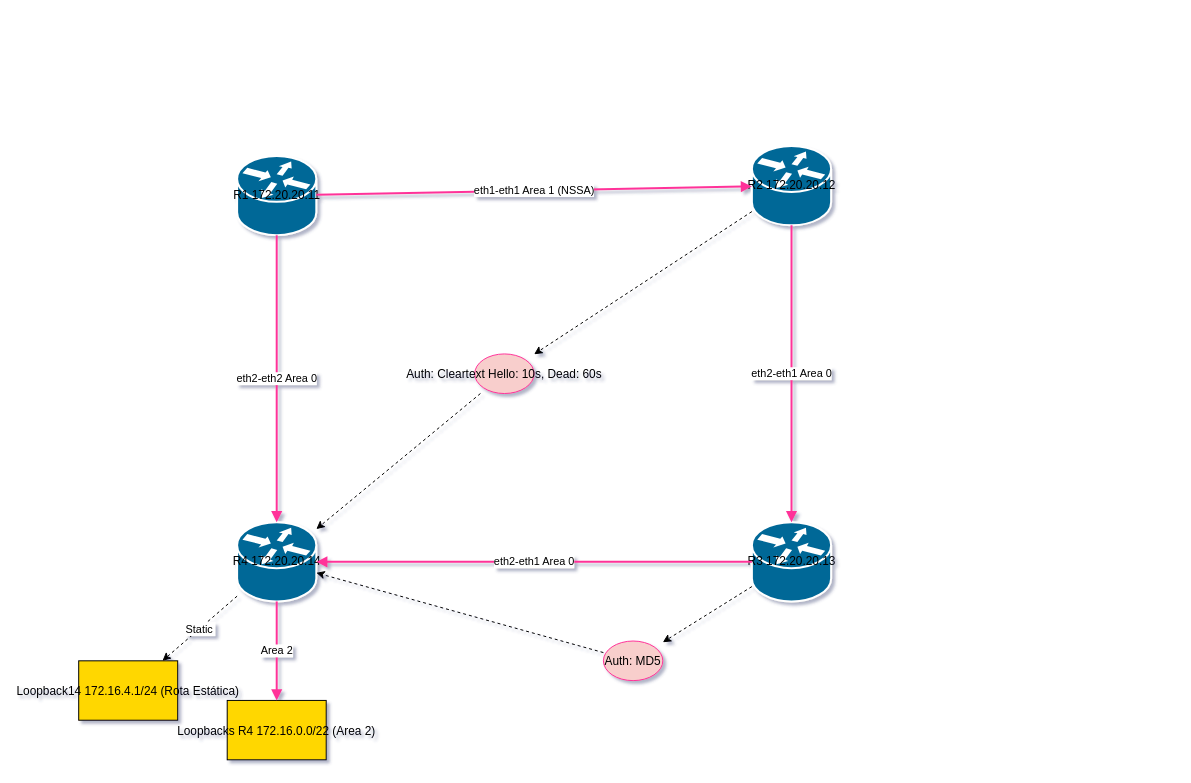
The draw.io diagram vault_ospf_intermediario/ospf_multiarea_lab.drawio in autonetops/autonetops_ospf_foundations, before the edit. Source tidied: cells renumbered, new cells numbered last; positions are measured from the earlier drawing's top-left corner, leaving out a move shared by most shapes. Both pictures are drawn from the tidied source at 99%, with x=0, y=0 at pixel (78, 146).
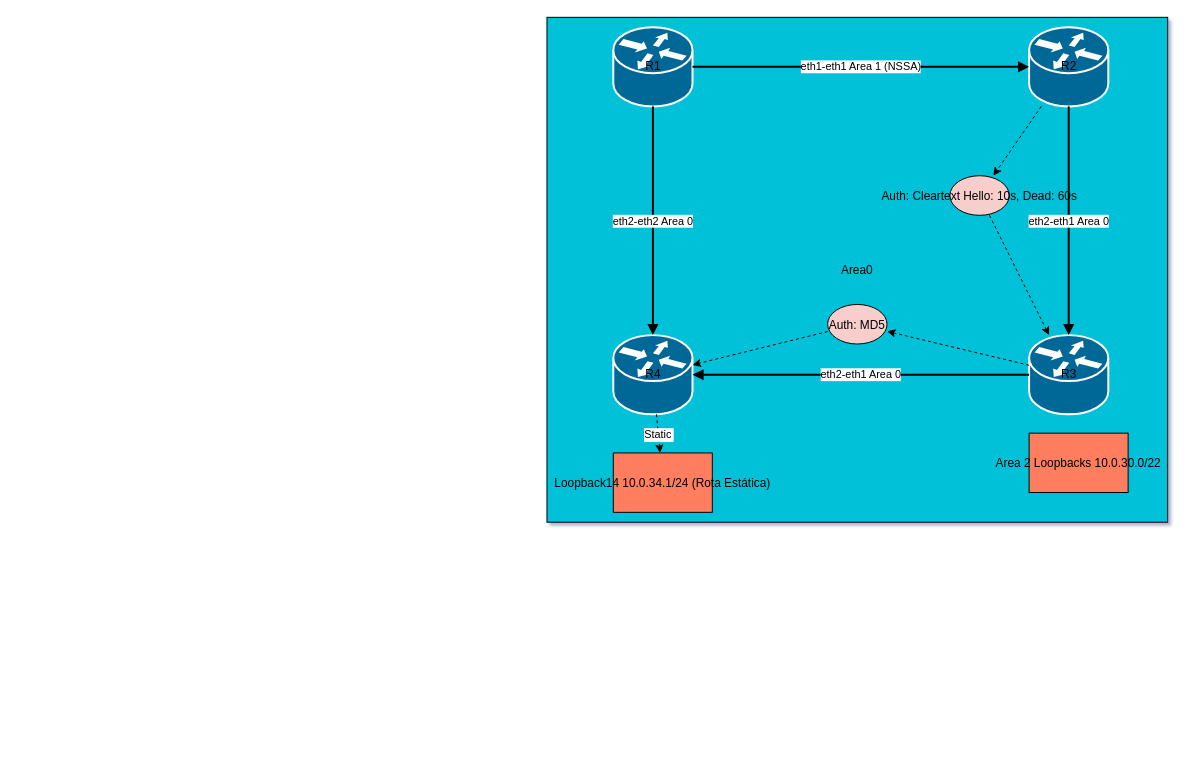
The same diagram, later.

The edit, as a diff of the source:
```diff
@@
 <mxGraphModel shadow="1">
   <root>
     <mxCell id="0" />
     <mxCell id="1" parent="0" />
+    <mxCell id="20" value=" Area0" style="shape=rectangle;fillColor=#02C1D8;strokeColor=#000000;" parent="1" vertex="1">
+      <mxGeometry x="473" y="-130" width="627" height="510" as="geometry" />
+    </mxCell>
-    <mxCell id="2" value="R1 172.20.20.11" style="shape=mxgraph.cisco.routers.router;html=1;fillColor=#036897;strokeColor=#ffffff;strokeWidth=2;" parent="1" vertex="1">
-      <mxGeometry x="160" y="10" width="80" height="80" as="geometry" />
+    <mxCell id="2" value=" R1" style="shape=mxgraph.cisco.routers.router;html=1;fillColor=#036897;strokeColor=#ffffff;strokeWidth=2;" parent="1" vertex="1">
+      <mxGeometry x="540" y="-120" width="80" height="80" as="geometry" />
     </mxCell>
-    <mxCell id="3" value="R2 172.20.20.12" style="shape=mxgraph.cisco.routers.router;html=1;fillColor=#036897;strokeColor=#ffffff;strokeWidth=2;" parent="1" vertex="1">
-      <mxGeometry x="680" width="80" height="80" as="geometry" />
+    <mxCell id="3" value=" R2" style="shape=mxgraph.cisco.routers.router;html=1;fillColor=#036897;strokeColor=#ffffff;strokeWidth=2;" parent="1" vertex="1">
+      <mxGeometry x="960" y="-120" width="80" height="80" as="geometry" />
     </mxCell>
-    <mxCell id="4" value="R3 172.20.20.13" style="shape=mxgraph.cisco.routers.router;html=1;fillColor=#036897;strokeColor=#ffffff;strokeWidth=2;" parent="1" vertex="1">
-      <mxGeometry x="680" y="380" width="80" height="80" as="geometry" />
+    <mxCell id="4" value=" R3" style="shape=mxgraph.cisco.routers.router;html=1;fillColor=#036897;strokeColor=#ffffff;strokeWidth=2;" parent="1" vertex="1">
+      <mxGeometry x="960" y="191" width="80" height="80" as="geometry" />
     </mxCell>
-    <mxCell id="5" value="R4 172.20.20.14" style="shape=mxgraph.cisco.routers.router;html=1;fillColor=#036897;strokeColor=#ffffff;strokeWidth=2;" parent="1" vertex="1">
-      <mxGeometry x="160" y="380" width="80" height="80" as="geometry" />
+    <mxCell id="5" value=" R4" style="shape=mxgraph.cisco.routers.router;html=1;fillColor=#036897;strokeColor=#ffffff;strokeWidth=2;" parent="1" vertex="1">
+      <mxGeometry x="540" y="191" width="80" height="80" as="geometry" />
     </mxCell>
-    <mxCell id="6" value="eth1-eth1 Area 1 (NSSA)" style="endArrow=block;html=1;strokeWidth=2;strokeColor=#FF3399;dashed=0;" parent="1" edge="1" source="2" target="3">
+    <mxCell id="6" value="eth1-eth1 Area 1 (NSSA)" style="endArrow=block;html=1;strokeWidth=2;strokeColor=#000000;dashed=0;" parent="1" edge="1" source="2" target="3">
       <mxGeometry relative="1" as="geometry" />
     </mxCell>
-    <mxCell id="7" value="eth2-eth1 Area 0" style="endArrow=block;html=1;strokeWidth=2;strokeColor=#FF3399;dashed=0;" parent="1" edge="1" source="3" target="4">
+    <mxCell id="7" value="eth2-eth1 Area 0" style="endArrow=block;html=1;strokeWidth=2;strokeColor=#000000;dashed=0;" parent="1" edge="1" source="3" target="4">
       <mxGeometry relative="1" as="geometry" />
     </mxCell>
-    <mxCell id="8" value="eth2-eth1 Area 0" style="endArrow=block;html=1;strokeWidth=2;strokeColor=#FF3399;dashed=0;" parent="1" edge="1" source="4" target="5">
+    <mxCell id="8" value="eth2-eth1 Area 0" style="endArrow=block;html=1;strokeWidth=2;strokeColor=#000000;dashed=0;" parent="1" edge="1" source="4" target="5">
       <mxGeometry relative="1" as="geometry" />
     </mxCell>
-    <mxCell id="9" value="eth2-eth2 Area 0" style="endArrow=block;html=1;strokeWidth=2;strokeColor=#FF3399;dashed=0;" parent="1" edge="1" source="2" target="5">
+    <mxCell id="9" value="eth2-eth2 Area 0" style="endArrow=block;html=1;strokeWidth=2;strokeColor=#000000;dashed=0;" parent="1" edge="1" source="2" target="5">
       <mxGeometry relative="1" as="geometry" />
     </mxCell>
-    <mxCell id="10" value="Auth: Cleartext Hello: 10s, Dead: 60s" style="shape=ellipse;fillColor=#f8cecc;strokeColor=#FF3399;" parent="1" vertex="1">
-      <mxGeometry x="400" y="210" width="60" height="40" as="geometry" />
+    <mxCell id="10" value="Auth: Cleartext Hello: 10s, Dead: 60s" style="shape=ellipse;fillColor=#f8cecc;strokeColor=#000000;" parent="1" vertex="1">
+      <mxGeometry x="880" y="30" width="60" height="40" as="geometry" />
     </mxCell>
     <mxCell id="11" style="dashed=1;strokeColor=#000000;" parent="1" edge="1" source="3" target="10">
       <mxGeometry relative="1" as="geometry" />
     </mxCell>
-    <mxCell id="12" style="dashed=1;strokeColor=#000000;" parent="1" edge="1" source="10" target="5">
-      <mxGeometry relative="1" as="geometry" />
-    </mxCell>
+    <mxCell id="21" style="dashed=1;strokeColor=#000000;" parent="1" edge="1" source="10" target="4">
+      <mxGeometry relative="1" as="geometry" />
+    </mxCell>
-    <mxCell id="13" value="Auth: MD5" style="shape=ellipse;fillColor=#f8cecc;strokeColor=#FF3399;" parent="1" vertex="1">
-      <mxGeometry x="530" y="500" width="60" height="40" as="geometry" />
+    <mxCell id="13" value="Auth: MD5" style="shape=ellipse;fillColor=#f8cecc;strokeColor=#000000;" parent="1" vertex="1">
+      <mxGeometry x="756.5" y="160" width="60" height="40" as="geometry" />
     </mxCell>
     <mxCell id="14" style="dashed=1;strokeColor=#000000;" parent="1" edge="1" source="4" target="13">
       <mxGeometry relative="1" as="geometry" />
     </mxCell>
     <mxCell id="15" style="dashed=1;strokeColor=#000000;" parent="1" edge="1" source="13" target="5">
       <mxGeometry relative="1" as="geometry" />
     </mxCell>
-    <mxCell id="16" value="Loopbacks R4 172.16.0.0/22 (Area 2)" style="shape=rectangle;fillColor=#FFD700;strokeColor=#000000;" parent="1" vertex="1">
-      <mxGeometry x="150" y="560" width="100" height="60" as="geometry" />
+    <mxCell id="16" value="Area 2 Loopbacks 10.0.30.0/22" style="shape=rectangle;fillColor=#ff7e5f;strokeColor=#000000;" parent="1" vertex="1">
+      <mxGeometry x="960" y="290" width="100" height="60" as="geometry" />
     </mxCell>
-    <mxCell id="17" value="Area 2" style="endArrow=block;html=1;strokeWidth=2;strokeColor=#FF3399;dashed=0;" parent="1" edge="1" source="5" target="16">
-      <mxGeometry relative="1" as="geometry" />
-    </mxCell>
-    <mxCell id="18" value="Loopback14 172.16.4.1/24 (Rota Estática)" style="shape=rectangle;fillColor=#FFD700;strokeColor=#000000;" parent="1" vertex="1">
-      <mxGeometry y="520" width="100" height="60" as="geometry" />
+    <mxCell id="18" value="Loopback14 10.0.34.1/24 (Rota Estática)" style="shape=rectangle;fillColor=#ff7e5f;strokeColor=#000000;" parent="1" vertex="1">
+      <mxGeometry x="540" y="310" width="100" height="60" as="geometry" />
     </mxCell>
     <mxCell id="19" value="Static" style="dashed=1;strokeColor=#000000;" parent="1" edge="1" source="5" target="18">
       <mxGeometry relative="1" as="geometry" />
     </mxCell>
   </root>
 </mxGraphModel>
```
